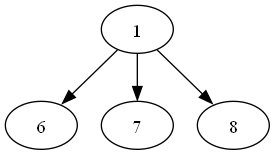
This is src/goroutines.png from eiei114/EnablementInternship0622, a Graphviz export, as it was before one commit. Its source is kept beside it as src/goroutines.dot. The source it was exported from:
```dot
digraph G {
"1" -> "6";
"1" -> "7";
"1" -> "8";
}
```
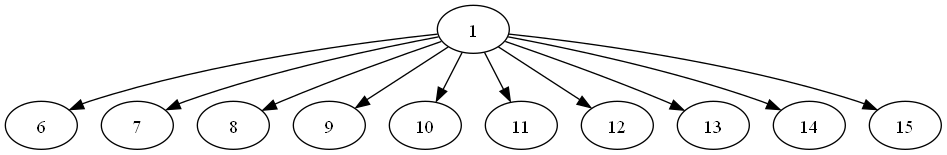
The same file after the commit.

What changed in the source:
```diff
@@ -2,4 +2,11 @@
 "1" -> "6";
 "1" -> "7";
 "1" -> "8";
+"1" -> "9";
+"1" -> "10";
+"1" -> "11";
+"1" -> "12";
+"1" -> "13";
+"1" -> "14";
+"1" -> "15";
 }
```
